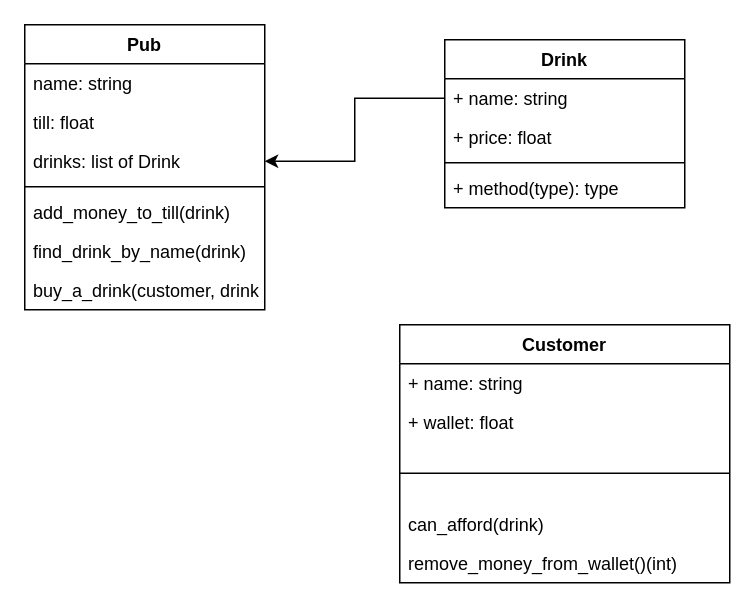
Earlier version of the draw.io diagram page "Page-1" (2 of 2) of diagram.drawio (Stanhoucke/pub_lab_testing). Source tidied: cells renumbered, new cells numbered last; positions are measured from the earlier drawing's top-left corner, leaving out a move shared by most shapes. Both pictures are drawn from the tidied source at 150%, with x=0, y=0 at pixel (24, 24).
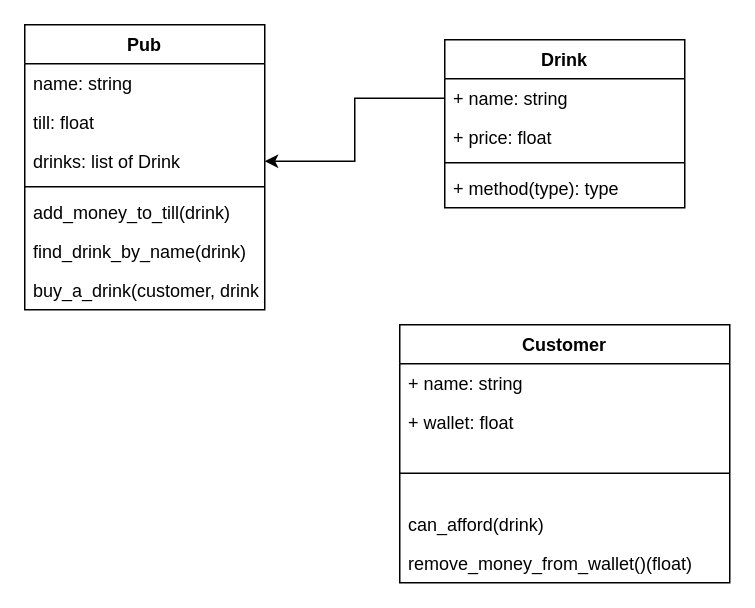
Above is the later version.

The change refers to these unchanged cells:
```xml
<mxCell id="16" value="Customer" style="swimlane;fontStyle=1;align=center;verticalAlign=top;horizontal=1;startSize=26;" parent="1" vertex="1">
  <mxGeometry x="250" y="200" width="220" height="172" as="geometry" />
</mxCell>
```

The edit, as a diff of the source:
```diff
@@
-    <mxCell id="21" value="remove_money_from_wallet()(int)" style="text;strokeColor=none;fillColor=none;align=left;verticalAlign=top;spacingLeft=4;spacingRight=4;overflow=hidden;" parent="16" vertex="1">
+    <mxCell id="21" value="remove_money_from_wallet()(float)" style="text;strokeColor=none;fillColor=none;align=left;verticalAlign=top;spacingLeft=4;spacingRight=4;overflow=hidden;" parent="16" vertex="1">
       <mxGeometry y="146" width="220" height="26" as="geometry" />
     </mxCell>
```
